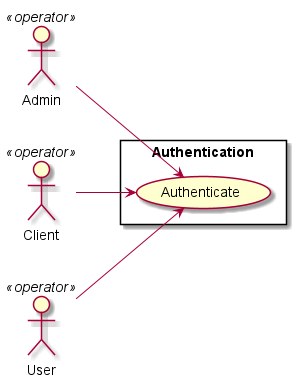
Xwyk/BileMo keeps this PlantUML diagram as diagrams/render/UseCases/UseCase_Authentication.png. Above is the earlier version. The source it was exported from:
```plantuml
@startuml

left to right direction


Admin    <<operator>> as admin
Client    <<operator>> as client
User    <<operator>> as user

rectangle "Authentication" {
  (Authenticate) as auth
}

admin --> auth
client --> auth
user --> auth

@enduml
```
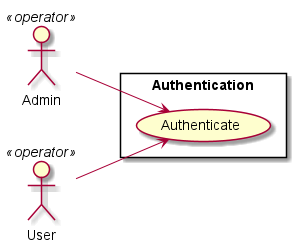
The same diagram one commit later.

Change to the diagram source:
```diff
@@ -4,7 +4,6 @@
 
 
 Admin    <<operator>> as admin
-Client    <<operator>> as client
 User    <<operator>> as user
 
 rectangle "Authentication" {
@@ -12,7 +11,6 @@
 }
 
 admin --> auth
-client --> auth
 user --> auth
 
 @enduml
```
